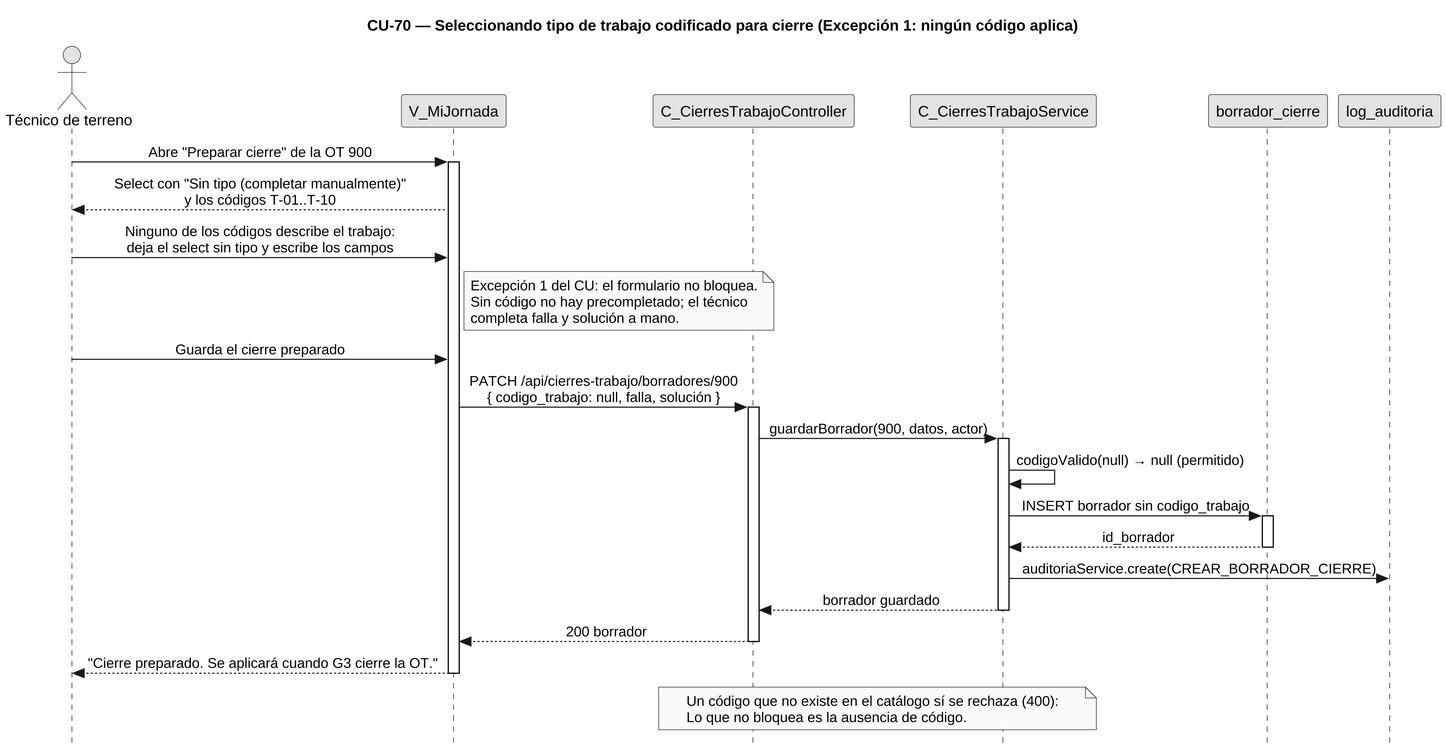
This is diagramas/diagramas-secuencia/CU70/CU70-exc-sin-tipo-aplicable.png from FSM-Finet-y-Cable-Magico/Team_1-Inventario-y-Bodega, a PlantUML export, as it was before one commit. Its diagram source:
```plantuml
@startuml CU70-exc-sin-tipo-aplicable
skinparamlocked dpi 240
skinparamlocked defaultFontName Liberation Sans
skinparam sequenceDividerBorderThickness 0.6
skinparam sequenceDividerBorderColor 888888
skinparam sequenceDividerBackgroundColor white
skinparam sequenceDividerFontStyle italic
skinparam sequenceDividerFontColor 444444
skinparam sequenceDividerShadowing false
title CU-70 — Seleccionando tipo de trabajo codificado para cierre (Excepción 1: ningún código aplica)
skinparam style strictuml
skinparam monochrome true
skinparam shadowing false
skinparam sequenceMessageAlign center
<style>
sequenceDiagram {
  participant {
    margin 30
  }
  actor {
    margin 12
  }
}
</style>
skinparam sequence {
  MessageAlign center
  LifeLineBorderColor black
}
hide footbox

actor "Técnico de terreno" as tec
participant "V_MiJornada" as vista
participant "C_CierresTrabajoController" as ctrl
participant "C_CierresTrabajoService" as svc
participant "borrador_cierre" as bor
participant "log_auditoria" as aud

tec -> vista : Abre "Preparar cierre" de la OT 900
activate vista
vista --> tec : Select con "Sin tipo (completar manualmente)"\ny los códigos T-01..T-10

tec -> vista : Ninguno de los códigos describe el trabajo:\ndeja el select sin tipo y escribe los campos
note right of vista
  Excepción 1 del CU: el formulario no bloquea.
  Sin código no hay precompletado; el técnico
  completa falla y solución a mano.
end note

tec -> vista : Guarda el cierre preparado
vista -> ctrl : PATCH /api/cierres-trabajo/borradores/900\n{ codigo_trabajo: null, falla, solución }
activate ctrl
ctrl -> svc : guardarBorrador(900, datos, actor)
activate svc
svc -> svc : codigoValido(null) → null (permitido)
svc -> bor : INSERT borrador sin codigo_trabajo
activate bor
bor --> svc : id_borrador
deactivate bor
svc -> aud : auditoriaService.create(CREAR_BORRADOR_CIERRE)
svc --> ctrl : borrador guardado
deactivate svc
ctrl --> vista : 200 borrador
deactivate ctrl
vista --> tec : "Cierre preparado. Se aplicará cuando G3 cierre la OT."
deactivate vista

note over ctrl, svc
  Un código que no existe en el catálogo sí se rechaza (400):
  Lo que no bloquea es la ausencia de código.
end note

@enduml
```
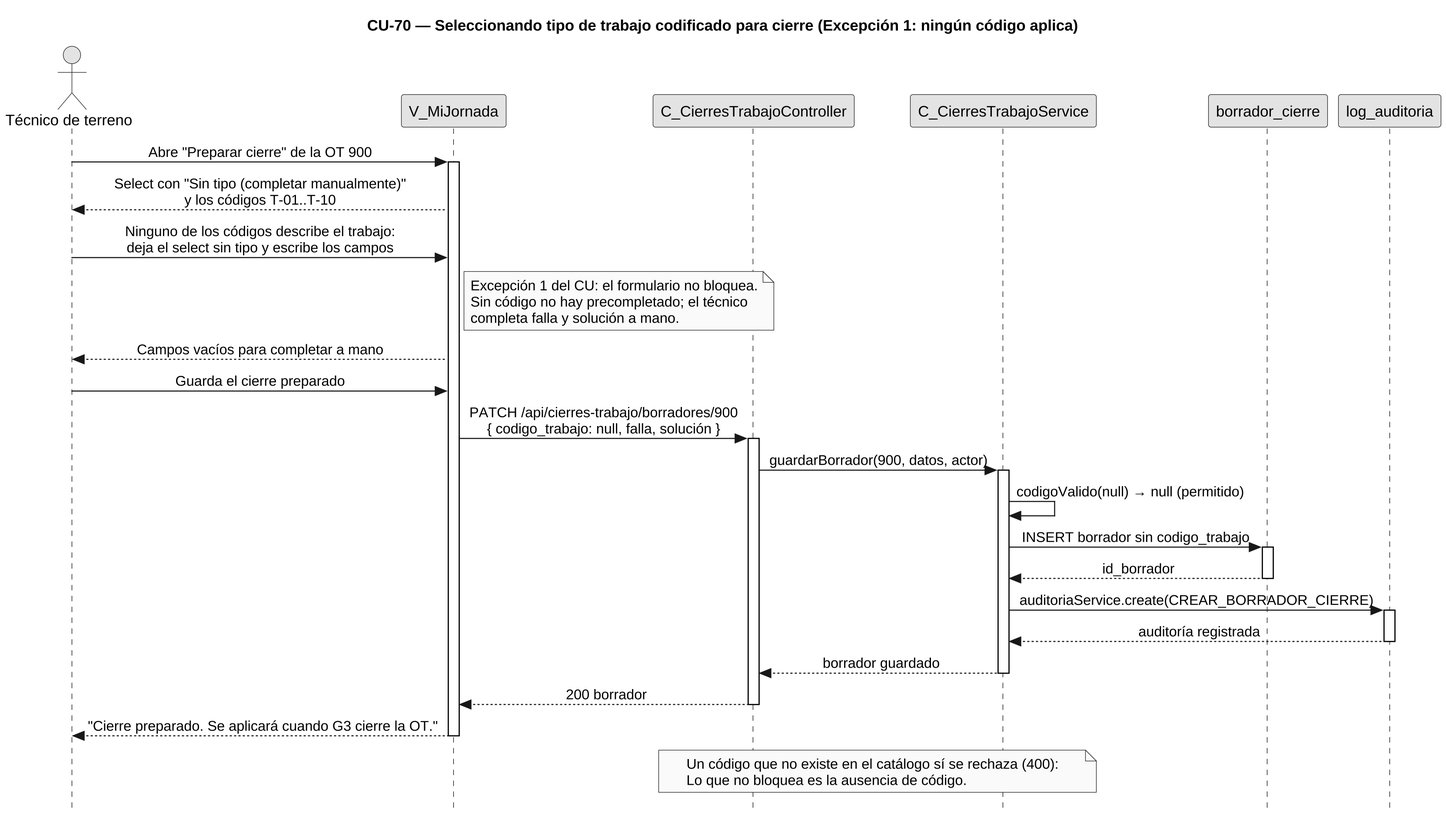
The same diagram one commit later.

Diff of the diagram source:
```diff
@@ -46,6 +46,7 @@
   completa falla y solución a mano.
 end note
 
+vista --> tec : Campos vacíos para completar a mano
 tec -> vista : Guarda el cierre preparado
 vista -> ctrl : PATCH /api/cierres-trabajo/borradores/900\n{ codigo_trabajo: null, falla, solución }
 activate ctrl
@@ -57,6 +58,9 @@
 bor --> svc : id_borrador
 deactivate bor
 svc -> aud : auditoriaService.create(CREAR_BORRADOR_CIERRE)
+activate aud
+aud --> svc : auditoría registrada
+deactivate aud
 svc --> ctrl : borrador guardado
 deactivate svc
 ctrl --> vista : 200 borrador
```
